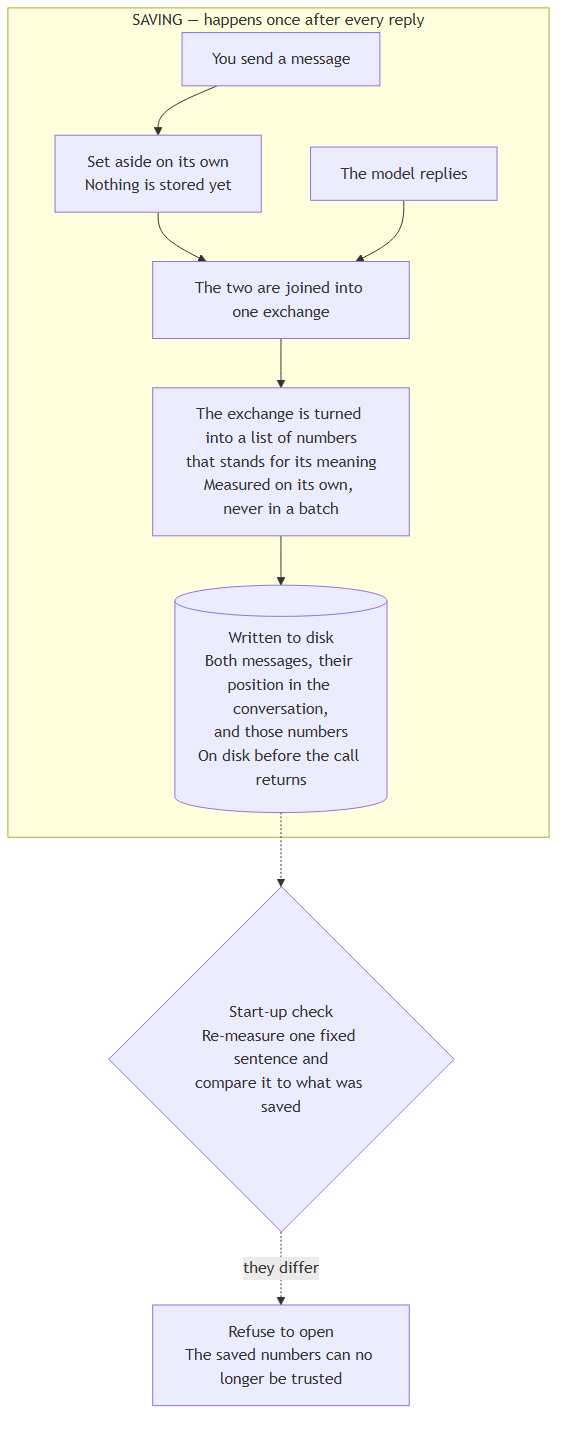
The Mermaid diagram docs/diagrams/how_it_works_saving.png in IdrisAppliedAIResearch/contextDecayWindow, before a commit. Its source is kept beside it as docs/diagrams/how_it_works_saving.mmd. Its diagram source:
```mermaid
flowchart TD

    subgraph WRITE["SAVING — happens once after every reply"]
        direction TB
        UM["You send a message"]
        AM["The model replies"]
        UM --> PEND["Set aside on its own<br/>Nothing is stored yet"]
        UM ~~~ AM
        PEND --> FORM["The two are joined into one exchange"]
        AM --> FORM
        FORM --> EMBW["The exchange is turned into a list of numbers<br/>that stands for its meaning<br/>Measured on its own, never in a batch"]
        EMBW --> STORE[("Written to disk<br/>Both messages, their position in the conversation,<br/>and those numbers<br/>On disk before the call returns")]
    end
    STORE -.-> GATE{"Start-up check<br/>Re-measure one fixed sentence and<br/>compare it to what was saved"}
    GATE -.->|"they differ"| HALT["Refuse to open<br/>The saved numbers can no longer be trusted"]
```
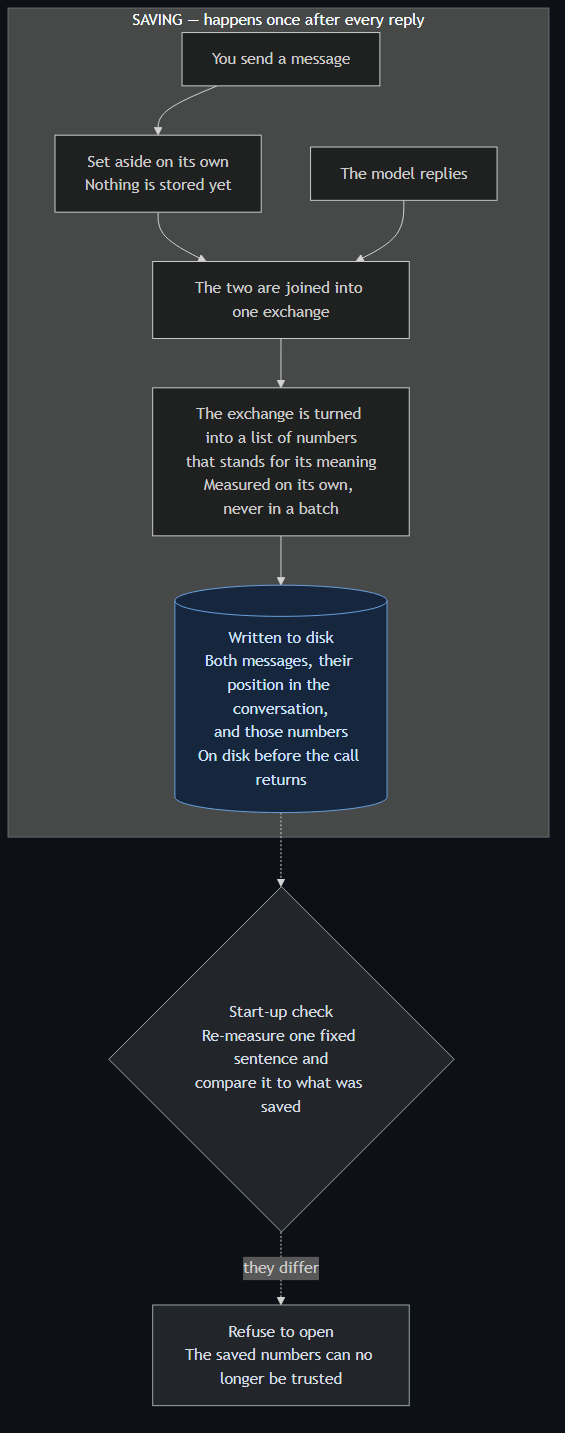
Above is the later version.

Commit message:
Diagrams: dark canvas, and the styles moved to the file that owns the nodes

Change to the diagram source:
```diff
@@ -13,3 +13,9 @@
     end
     STORE -.-> GATE{"Start-up check<br/>Re-measure one fixed sentence and<br/>compare it to what was saved"}
     GATE -.->|"they differ"| HALT["Refuse to open<br/>The saved numbers can no longer be trusted"]
+
+    classDef store fill:#16273d,stroke:#6aa2e0,color:#cfe2fb;
+    classDef guard fill:#22262a,stroke:#9aa5ab,color:#d5dde2;
+
+    class STORE store;
+    class GATE,HALT guard;
```
